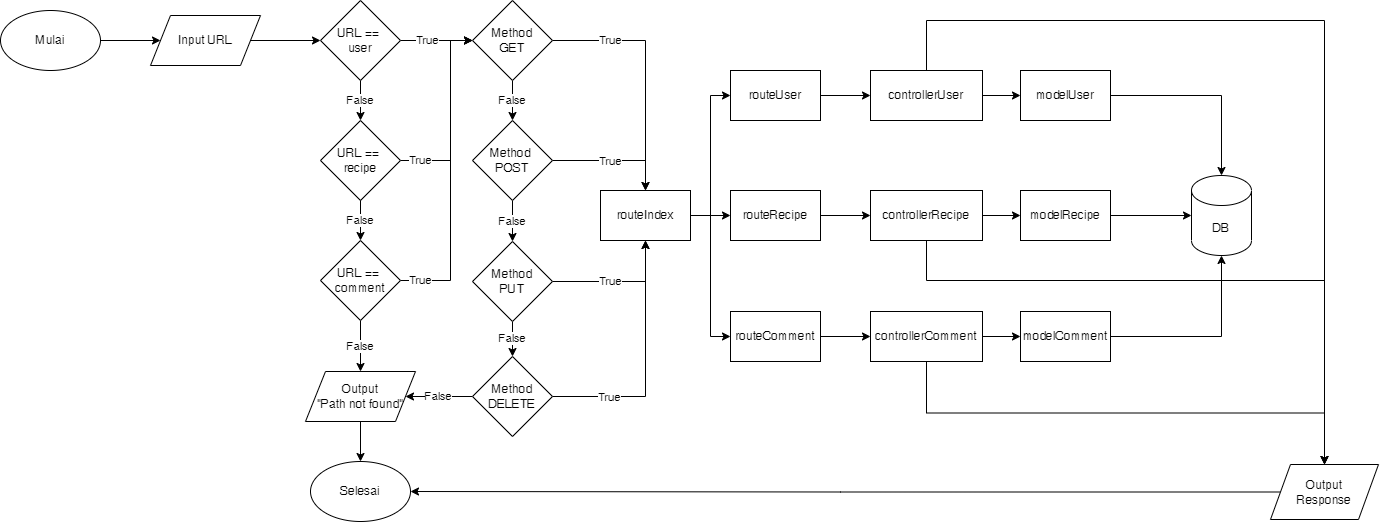
Before: docs/Flowchart Flow Backend.png, a diagram exported from draw.io (altrawan/food-recipe-api). Source tidied: cells renumbered, new cells last; positions are measured from the earlier drawing's top-left corner, leaving out a move shared by most shapes.
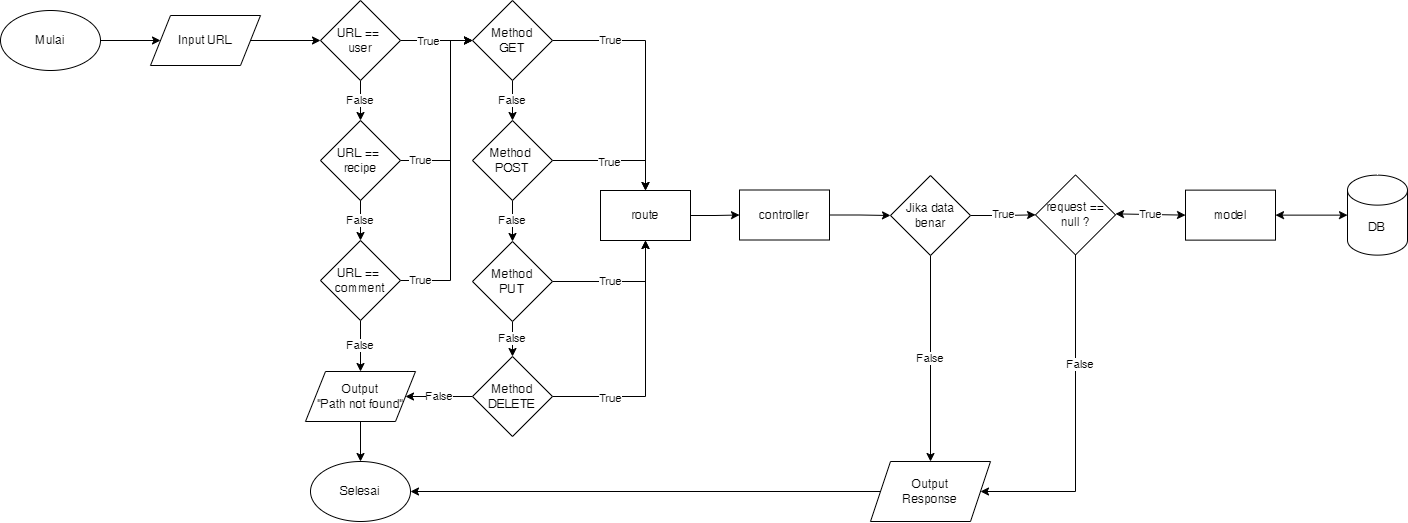
Later version of the same file.

The edit, as a diff of the source:
```diff
@@ -109,99 +109,59 @@
     <mxCell id="32" value="Selesai" style="ellipse;whiteSpace=wrap;html=1;" parent="1" vertex="1">
       <mxGeometry x="310" y="461" width="100" height="60" as="geometry" />
     </mxCell>
-    <mxCell id="33" style="edgeStyle=orthogonalEdgeStyle;rounded=0;jettySize=auto;html=1;entryX=0;entryY=0.5;entryDx=0;entryDy=0;" parent="1" edge="1" source="34" target="41">
-      <mxGeometry relative="1" as="geometry" />
-    </mxCell>
-    <mxCell id="34" value="routeUser" style="rounded=0;whiteSpace=wrap;html=1;" parent="1" vertex="1">
-      <mxGeometry x="730" y="70" width="90" height="50" as="geometry" />
-    </mxCell>
-    <mxCell id="35" style="edgeStyle=orthogonalEdgeStyle;rounded=0;jettySize=auto;html=1;entryX=0;entryY=0.5;entryDx=0;entryDy=0;" parent="1" edge="1" source="36" target="44">
-      <mxGeometry relative="1" as="geometry" />
-    </mxCell>
-    <mxCell id="36" value="routeRecipe" style="rounded=0;whiteSpace=wrap;html=1;" parent="1" vertex="1">
-      <mxGeometry x="730" y="190" width="90" height="50" as="geometry" />
-    </mxCell>
-    <mxCell id="37" style="edgeStyle=orthogonalEdgeStyle;rounded=0;jettySize=auto;html=1;entryX=0;entryY=0.5;entryDx=0;entryDy=0;" parent="1" edge="1" source="38" target="47">
-      <mxGeometry relative="1" as="geometry" />
-    </mxCell>
-    <mxCell id="38" value="routeComment" style="rounded=0;whiteSpace=wrap;html=1;" parent="1" vertex="1">
-      <mxGeometry x="730" y="311" width="90" height="50" as="geometry" />
-    </mxCell>
-    <mxCell id="39" style="edgeStyle=orthogonalEdgeStyle;rounded=0;jettySize=auto;html=1;" parent="1" edge="1" source="41" target="49">
-      <mxGeometry relative="1" as="geometry" />
-    </mxCell>
-    <mxCell id="40" style="edgeStyle=orthogonalEdgeStyle;rounded=0;jettySize=auto;html=1;entryX=0.5;entryY=0;entryDx=0;entryDy=0;" parent="1" edge="1" source="41" target="60">
-      <mxGeometry relative="1" as="geometry">
-        <Array as="points">
-          <mxPoint x="926" y="20" />
-          <mxPoint x="1324" y="20" />
-        </Array>
-      </mxGeometry>
-    </mxCell>
-    <mxCell id="41" value="controllerUser" style="rounded=0;whiteSpace=wrap;html=1;" parent="1" vertex="1">
-      <mxGeometry x="870" y="70" width="112" height="50" as="geometry" />
-    </mxCell>
-    <mxCell id="42" style="edgeStyle=orthogonalEdgeStyle;rounded=0;jettySize=auto;html=1;" parent="1" edge="1" source="44" target="51">
-      <mxGeometry relative="1" as="geometry" />
-    </mxCell>
-    <mxCell id="43" style="edgeStyle=orthogonalEdgeStyle;rounded=0;jettySize=auto;html=1;entryX=0.5;entryY=0;entryDx=0;entryDy=0;" parent="1" edge="1" source="44" target="60">
-      <mxGeometry relative="1" as="geometry">
-        <Array as="points">
-          <mxPoint x="926" y="280" />
-          <mxPoint x="1324" y="280" />
-        </Array>
-      </mxGeometry>
-    </mxCell>
-    <mxCell id="44" value="controllerRecipe" style="rounded=0;whiteSpace=wrap;html=1;" parent="1" vertex="1">
-      <mxGeometry x="870" y="190" width="112" height="50" as="geometry" />
-    </mxCell>
-    <mxCell id="45" style="edgeStyle=orthogonalEdgeStyle;rounded=0;jettySize=auto;html=1;" parent="1" edge="1" source="47" target="53">
-      <mxGeometry relative="1" as="geometry" />
-    </mxCell>
-    <mxCell id="46" style="edgeStyle=orthogonalEdgeStyle;rounded=0;jettySize=auto;html=1;exitX=0.5;exitY=1;exitDx=0;exitDy=0;entryX=0.5;entryY=0;entryDx=0;entryDy=0;" parent="1" edge="1" source="47" target="60">
-      <mxGeometry relative="1" as="geometry" />
-    </mxCell>
-    <mxCell id="47" value="controllerComment" style="rounded=0;whiteSpace=wrap;html=1;" parent="1" vertex="1">
-      <mxGeometry x="870" y="311" width="112" height="50" as="geometry" />
-    </mxCell>
-    <mxCell id="48" style="edgeStyle=orthogonalEdgeStyle;rounded=0;jettySize=auto;html=1;" parent="1" edge="1" source="49" target="58">
-      <mxGeometry relative="1" as="geometry" />
-    </mxCell>
-    <mxCell id="49" value="modelUser" style="rounded=0;whiteSpace=wrap;html=1;" parent="1" vertex="1">
-      <mxGeometry x="1020" y="70" width="90" height="50" as="geometry" />
-    </mxCell>
-    <mxCell id="50" style="edgeStyle=orthogonalEdgeStyle;rounded=0;jettySize=auto;html=1;" parent="1" edge="1" source="51" target="58">
-      <mxGeometry relative="1" as="geometry" />
-    </mxCell>
-    <mxCell id="51" value="modelRecipe" style="rounded=0;whiteSpace=wrap;html=1;" parent="1" vertex="1">
-      <mxGeometry x="1020" y="190" width="90" height="50" as="geometry" />
+    <mxCell id="51" value="model" style="rounded=0;whiteSpace=wrap;html=1;" parent="1" vertex="1">
+      <mxGeometry x="1185" y="189.6" width="90" height="50" as="geometry" />
     </mxCell>
-    <mxCell id="52" style="edgeStyle=orthogonalEdgeStyle;rounded=0;jettySize=auto;html=1;entryX=0.5;entryY=1;entryDx=0;entryDy=0;entryPerimeter=0;" parent="1" edge="1" source="53" target="58">
-      <mxGeometry relative="1" as="geometry" />
-    </mxCell>
-    <mxCell id="53" value="modelComment" style="rounded=0;whiteSpace=wrap;html=1;" parent="1" vertex="1">
-      <mxGeometry x="1020" y="311" width="90" height="50" as="geometry" />
-    </mxCell>
-    <mxCell id="54" style="edgeStyle=orthogonalEdgeStyle;rounded=0;jettySize=auto;html=1;entryX=0;entryY=0.5;entryDx=0;entryDy=0;" parent="1" edge="1" source="57" target="36">
-      <mxGeometry relative="1" as="geometry" />
-    </mxCell>
-    <mxCell id="55" style="edgeStyle=orthogonalEdgeStyle;rounded=0;jettySize=auto;html=1;entryX=0;entryY=0.5;entryDx=0;entryDy=0;" parent="1" edge="1" source="57" target="34">
-      <mxGeometry relative="1" as="geometry" />
-    </mxCell>
-    <mxCell id="56" style="edgeStyle=orthogonalEdgeStyle;rounded=0;jettySize=auto;html=1;entryX=0;entryY=0.5;entryDx=0;entryDy=0;" parent="1" edge="1" source="57" target="38">
-      <mxGeometry relative="1" as="geometry" />
-    </mxCell>
+    <mxCell id="61" style="edgeStyle=orthogonalEdgeStyle;rounded=0;jettySize=auto;html=1;" parent="1" edge="1" source="57" target="63">
+      <mxGeometry relative="1" as="geometry" />
+    </mxCell>
-    <mxCell id="57" value="routeIndex" style="rounded=0;whiteSpace=wrap;html=1;" parent="1" vertex="1">
+    <mxCell id="57" value="route" style="rounded=0;whiteSpace=wrap;html=1;" parent="1" vertex="1">
       <mxGeometry x="600" y="190" width="90" height="50" as="geometry" />
     </mxCell>
     <mxCell id="58" value="DB" style="shape=cylinder3;whiteSpace=wrap;html=1;boundedLbl=1;backgroundOutline=1;size=15;" parent="1" vertex="1">
-      <mxGeometry x="1191" y="175" width="60" height="80" as="geometry" />
+      <mxGeometry x="1347" y="174.6" width="60" height="80" as="geometry" />
     </mxCell>
+    <mxCell id="50" style="endArrow=classic;startArrow=classic;html=1;rounded=0;entryX=0;entryY=0.5;entryDx=0;entryDy=0;entryPerimeter=0;exitX=1;exitY=0.5;exitDx=0;exitDy=0;" parent="1" edge="1" source="51" target="58">
+      <mxGeometry relative="1" as="geometry" />
+    </mxCell>
+    <mxCell id="62" style="edgeStyle=orthogonalEdgeStyle;rounded=0;jettySize=auto;html=1;" parent="1" edge="1" source="63" target="70">
+      <mxGeometry relative="1" as="geometry" />
+    </mxCell>
+    <mxCell id="63" value="controller" style="rounded=0;whiteSpace=wrap;html=1;" parent="1" vertex="1">
+      <mxGeometry x="739" y="189.5" width="90" height="50" as="geometry" />
+    </mxCell>
+    <mxCell id="64" value="True" style="endArrow=classic;startArrow=classic;html=1;rounded=0;exitX=1;exitY=0.5;exitDx=0;exitDy=0;entryX=0;entryY=0.5;entryDx=0;entryDy=0;" parent="1" edge="1" target="51">
+      <mxGeometry relative="1" as="geometry">
+        <mxPoint x="1115" y="213.4" as="sourcePoint" />
+      </mxGeometry>
+    </mxCell>
+    <mxCell id="65" style="edgeStyle=orthogonalEdgeStyle;rounded=0;jettySize=auto;html=1;exitX=0.5;exitY=1;exitDx=0;exitDy=0;entryX=1;entryY=0.5;entryDx=0;entryDy=0;" parent="1" edge="1" source="67" target="60">
+      <mxGeometry relative="1" as="geometry">
+        <Array as="points">
+          <mxPoint x="1075" y="491" />
+        </Array>
+      </mxGeometry>
+    </mxCell>
+    <mxCell id="66" value="False" style="edgeLabel;html=1;align=center;verticalAlign=middle;" parent="65" vertex="1">
+      <mxGeometry x="-0.35" y="4" relative="1" as="geometry" />
+    </mxCell>
+    <mxCell id="67" value="request == null ?" style="rhombus;whiteSpace=wrap;html=1;" parent="1" vertex="1">
+      <mxGeometry x="1035" y="174.4" width="80" height="80" as="geometry" />
+    </mxCell>
     <mxCell id="59" style="edgeStyle=orthogonalEdgeStyle;rounded=0;jettySize=auto;html=1;entryX=1;entryY=0.5;entryDx=0;entryDy=0;" parent="1" edge="1" source="60" target="32">
       <mxGeometry relative="1" as="geometry" />
     </mxCell>
     <mxCell id="60" value="Output&lt;br&gt;Response" style="shape=parallelogram;perimeter=parallelogramPerimeter;whiteSpace=wrap;html=1;fixedSize=1;" parent="1" vertex="1">
-      <mxGeometry x="1270" y="464" width="108" height="55" as="geometry" />
+      <mxGeometry x="870" y="461" width="120" height="60" as="geometry" />
     </mxCell>
+    <mxCell id="68" value="True" style="edgeStyle=orthogonalEdgeStyle;rounded=0;jettySize=auto;html=1;" parent="1" edge="1" source="70" target="67">
+      <mxGeometry relative="1" as="geometry" />
+    </mxCell>
+    <mxCell id="69" value="False" style="edgeStyle=orthogonalEdgeStyle;rounded=0;jettySize=auto;html=1;exitX=0.5;exitY=1;exitDx=0;exitDy=0;" parent="1" edge="1" source="70" target="60">
+      <mxGeometry relative="1" as="geometry" />
+    </mxCell>
+    <mxCell id="70" value="Jika data benar" style="rhombus;whiteSpace=wrap;html=1;" parent="1" vertex="1">
+      <mxGeometry x="890" y="175" width="80" height="80" as="geometry" />
+    </mxCell>
   </root>
 </mxGraphModel>
```
